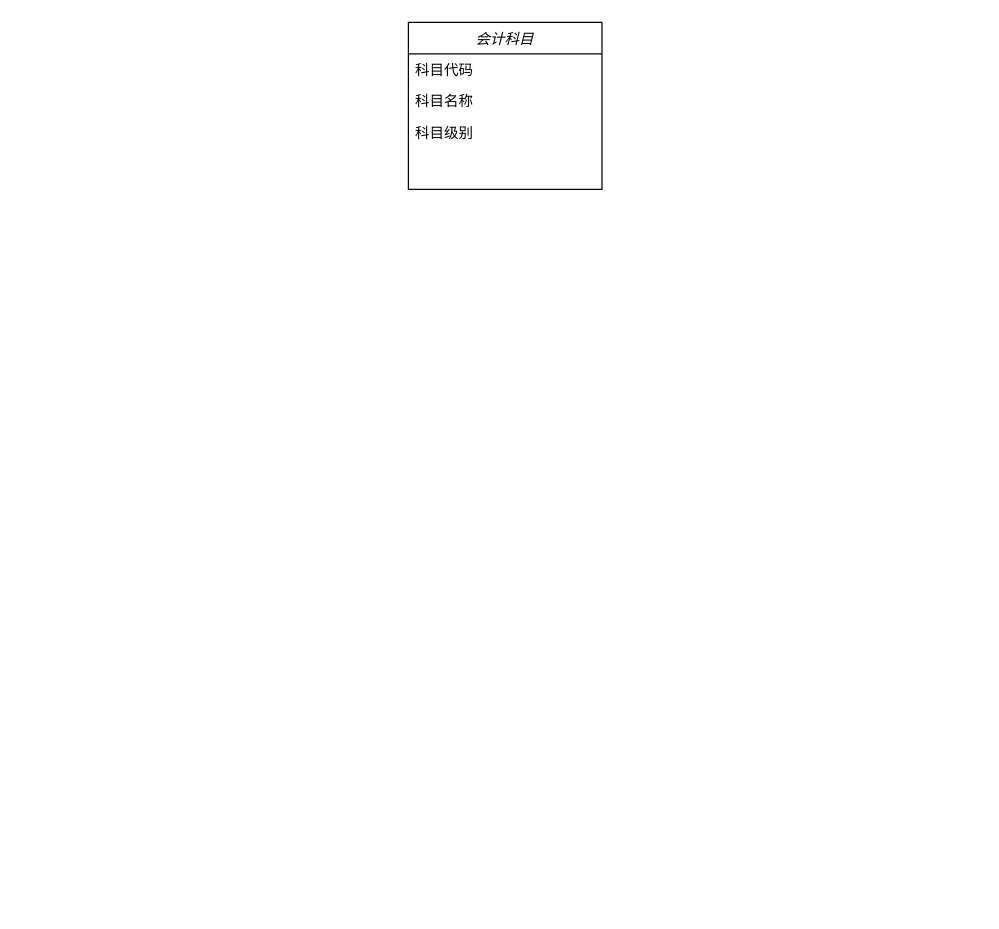
Earlier version of the draw.io diagram 账务/design drawio/Account Diagram.drawio (remind/doanything-docs). Source tidied: cells renumbered, new cells numbered last; positions are measured from the earlier drawing's top-left corner, leaving out a move shared by most shapes. Both pictures are drawn from the tidied source at 121%, with x=0, y=0 at pixel (408, 22).
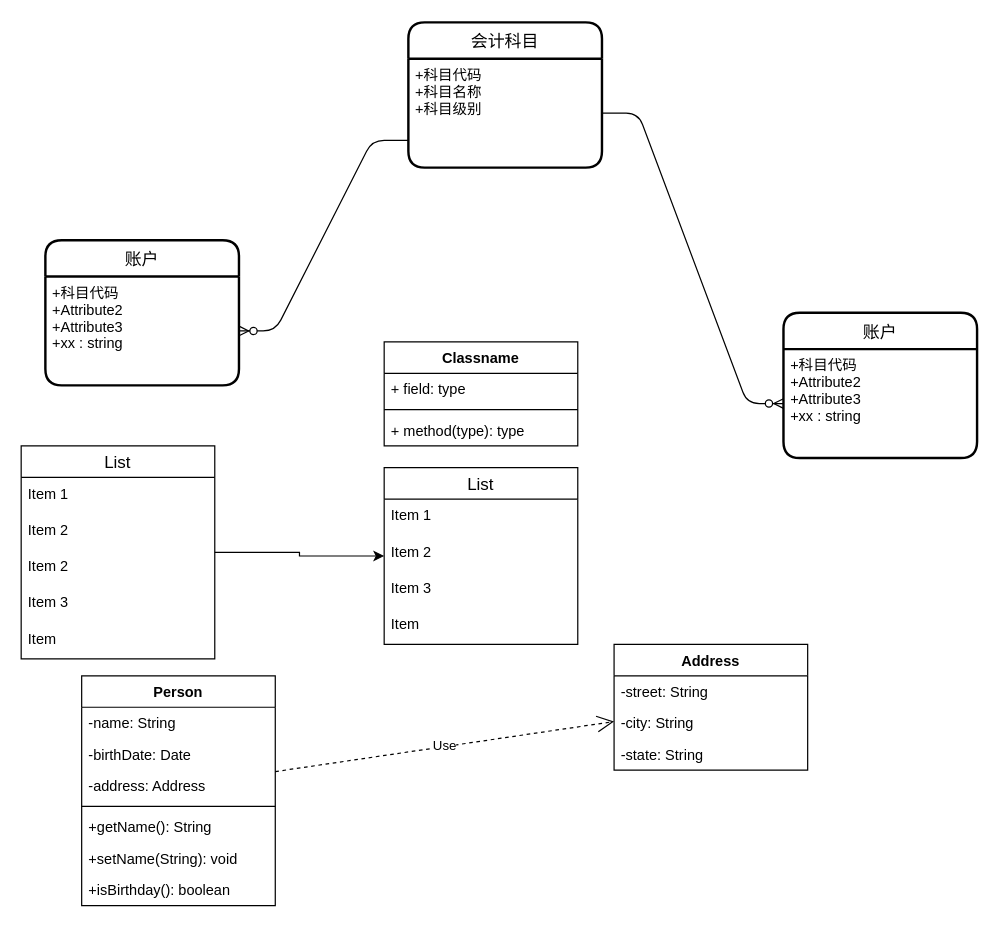
Above is the later version.

Diff of the diagram source:
```diff
@@
-    <mxCell id="2" value="会计科目" style="swimlane;fontStyle=2;align=center;verticalAlign=top;horizontal=1;startSize=26;rounded=0;shadow=0;strokeWidth=1;" parent="1" vertex="1">
-      <mxGeometry width="160" height="138" as="geometry" />
+    <mxCell id="2" value="会计科目" style="swimlane;horizontal=1;startSize=30;rounded=1;fontSize=14;fontStyle=0;strokeWidth=2;shadow=0;dashed=0;align=center;" parent="1" vertex="1">
+      <mxGeometry width="160" height="120" as="geometry" />
     </mxCell>
-    <mxCell id="3" value="科目代码" style="text;align=left;verticalAlign=top;spacingLeft=4;spacingRight=4;overflow=hidden;" parent="2" vertex="1">
-      <mxGeometry y="26" width="160" height="26" as="geometry" />
-    </mxCell>
-    <mxCell id="4" value="科目名称" style="text;align=left;verticalAlign=top;spacingLeft=4;spacingRight=4;overflow=hidden;rounded=0;shadow=0;html=0;" parent="2" vertex="1">
-      <mxGeometry y="52" width="160" height="26" as="geometry" />
-    </mxCell>
-    <mxCell id="5" value="科目级别" style="text;align=left;verticalAlign=top;spacingLeft=4;spacingRight=4;overflow=hidden;rounded=0;shadow=0;html=0;" parent="2" vertex="1">
-      <mxGeometry y="78" width="160" height="26" as="geometry" />
-    </mxCell>
+    <mxCell id="6" value="+科目代码&#10;+科目名称&#10;+科目级别" style="align=left;strokeColor=none;fillColor=none;spacingLeft=4;fontSize=12;verticalAlign=top;" parent="2" vertex="1">
+      <mxGeometry y="30" width="160" height="90" as="geometry" />
+    </mxCell>
+    <mxCell id="7" value="账户" style="swimlane;horizontal=1;startSize=30;rounded=1;fontSize=14;fontStyle=0;strokeWidth=2;shadow=0;dashed=0;align=center;" parent="1" vertex="1">
+      <mxGeometry x="310" y="240" width="160" height="120" as="geometry" />
+    </mxCell>
+    <mxCell id="8" value="+科目代码&#10;+Attribute2&#10;+Attribute3&#10;+xx : string" style="align=left;strokeColor=none;fillColor=none;spacingLeft=4;fontSize=12;verticalAlign=top;" parent="7" vertex="1">
+      <mxGeometry y="30" width="160" height="90" as="geometry" />
+    </mxCell>
+    <mxCell id="9" value="账户" style="swimlane;horizontal=1;startSize=30;rounded=1;fontSize=14;fontStyle=0;strokeWidth=2;shadow=0;dashed=0;align=center;" parent="1" vertex="1">
+      <mxGeometry x="-300" y="180" width="160" height="120" as="geometry" />
+    </mxCell>
+    <mxCell id="10" value="+科目代码&#10;+Attribute2&#10;+Attribute3&#10;+xx : string" style="align=left;strokeColor=none;fillColor=none;spacingLeft=4;fontSize=12;verticalAlign=top;" parent="9" vertex="1">
+      <mxGeometry y="30" width="160" height="90" as="geometry" />
+    </mxCell>
+    <mxCell id="11" style="edgeStyle=entityRelationEdgeStyle;fontSize=12;html=1;endArrow=ERzeroToMany;endFill=1;exitX=0;exitY=0.75;exitDx=0;exitDy=0;" parent="1" edge="1" source="6" target="10">
+      <mxGeometry relative="1" as="geometry" />
+    </mxCell>
+    <mxCell id="12" style="edgeStyle=entityRelationEdgeStyle;fontSize=12;html=1;endArrow=ERzeroToMany;endFill=1;" parent="1" edge="1" source="6" target="8">
+      <mxGeometry relative="1" as="geometry" />
+    </mxCell>
+    <mxCell id="13" value="Person" style="swimlane;fontStyle=1;horizontal=1;startSize=26;" parent="1" vertex="1">
+      <mxGeometry x="-270" y="540" width="160" height="190" as="geometry" />
+    </mxCell>
+    <mxCell id="14" value="-name: String" style="text;strokeColor=none;fillColor=none;align=left;verticalAlign=top;spacingLeft=4;spacingRight=4;overflow=hidden;" parent="13" vertex="1">
+      <mxGeometry y="26" width="160" height="26" as="geometry" />
+    </mxCell>
+    <mxCell id="15" value="-birthDate: Date" style="text;strokeColor=none;fillColor=none;align=left;verticalAlign=top;spacingLeft=4;spacingRight=4;overflow=hidden;" parent="13" vertex="1">
+      <mxGeometry y="52" width="160" height="26" as="geometry" />
+    </mxCell>
+    <mxCell id="16" value="-address: Address" style="text;strokeColor=none;fillColor=none;align=left;verticalAlign=top;spacingLeft=4;spacingRight=4;overflow=hidden;points=[[0,0.5],[1,0.5]];portConstraint=eastwest;" parent="13" vertex="1">
+      <mxGeometry y="78" width="160" height="26" as="geometry" />
+    </mxCell>
+    <mxCell id="17" style="line;strokeWidth=1;fillColor=none;align=left;verticalAlign=middle;spacingTop=-1;spacingLeft=3;spacingRight=3;labelPosition=right;" parent="13" vertex="1">
+      <mxGeometry y="104" width="160" height="8" as="geometry" />
+    </mxCell>
+    <mxCell id="18" value="+getName(): String" style="text;strokeColor=none;fillColor=none;align=left;verticalAlign=top;spacingLeft=4;spacingRight=4;overflow=hidden;" parent="13" vertex="1">
+      <mxGeometry y="112" width="160" height="26" as="geometry" />
+    </mxCell>
+    <mxCell id="19" value="+setName(String): void" style="text;strokeColor=none;fillColor=none;align=left;verticalAlign=top;spacingLeft=4;spacingRight=4;overflow=hidden;" parent="13" vertex="1">
+      <mxGeometry y="138" width="160" height="26" as="geometry" />
+    </mxCell>
+    <mxCell id="20" value="+isBirthday(): boolean" style="text;strokeColor=none;fillColor=none;align=left;verticalAlign=top;spacingLeft=4;spacingRight=4;overflow=hidden;" parent="13" vertex="1">
+      <mxGeometry y="164" width="160" height="26" as="geometry" />
+    </mxCell>
+    <mxCell id="21" value="Address" style="swimlane;fontStyle=1;horizontal=1;startSize=26;" parent="1" vertex="1">
+      <mxGeometry x="170" y="514" width="160" height="104" as="geometry" />
+    </mxCell>
+    <mxCell id="22" value="-street: String" style="text;strokeColor=none;fillColor=none;align=left;verticalAlign=top;spacingLeft=4;spacingRight=4;overflow=hidden;" parent="21" vertex="1">
+      <mxGeometry y="26" width="160" height="26" as="geometry" />
+    </mxCell>
+    <mxCell id="23" value="-city: String" style="text;strokeColor=none;fillColor=none;align=left;verticalAlign=top;spacingLeft=4;spacingRight=4;overflow=hidden;" parent="21" vertex="1">
+      <mxGeometry y="52" width="160" height="26" as="geometry" />
+    </mxCell>
+    <mxCell id="24" value="-state: String" style="text;strokeColor=none;fillColor=none;align=left;verticalAlign=top;spacingLeft=4;spacingRight=4;overflow=hidden;" parent="21" vertex="1">
+      <mxGeometry y="78" width="160" height="26" as="geometry" />
+    </mxCell>
+    <mxCell id="25" value="Use" style="endArrow=open;endSize=12;dashed=1;html=1;" parent="1" edge="1" source="16" target="21">
+      <mxGeometry relative="1" as="geometry" />
+    </mxCell>
+    <mxCell id="26" value="Classname" style="swimlane;fontStyle=1;align=center;verticalAlign=top;horizontal=1;startSize=26;" parent="1" vertex="1">
+      <mxGeometry x="-20" y="264" width="160" height="86" as="geometry" />
+    </mxCell>
+    <mxCell id="27" value="+ field: type" style="text;strokeColor=none;fillColor=none;align=left;verticalAlign=top;spacingLeft=4;spacingRight=4;overflow=hidden;" parent="26" vertex="1">
+      <mxGeometry y="26" width="160" height="26" as="geometry" />
+    </mxCell>
+    <mxCell id="28" style="line;strokeWidth=1;fillColor=none;align=left;verticalAlign=middle;spacingTop=-1;spacingLeft=3;spacingRight=3;labelPosition=right;" parent="26" vertex="1">
+      <mxGeometry y="52" width="160" height="8" as="geometry" />
+    </mxCell>
+    <mxCell id="29" value="+ method(type): type" style="text;strokeColor=none;fillColor=none;align=left;verticalAlign=top;spacingLeft=4;spacingRight=4;overflow=hidden;" parent="26" vertex="1">
+      <mxGeometry y="60" width="160" height="26" as="geometry" />
+    </mxCell>
+    <mxCell id="30" style="edgeStyle=orthogonalEdgeStyle;rounded=0;jettySize=auto;html=1;" parent="1" edge="1" source="31" target="37">
+      <mxGeometry relative="1" as="geometry" />
+    </mxCell>
+    <mxCell id="31" value="List" style="swimlane;fontStyle=0;horizontal=1;startSize=26;align=center;fontSize=14;" parent="1" vertex="1">
+      <mxGeometry x="-320" y="350" width="160" height="176" as="geometry" />
+    </mxCell>
+    <mxCell id="32" value="Item 1" style="text;strokeColor=none;fillColor=none;spacingLeft=4;spacingRight=4;overflow=hidden;fontSize=12;" parent="31" vertex="1">
+      <mxGeometry y="26" width="160" height="30" as="geometry" />
+    </mxCell>
+    <mxCell id="33" value="Item 2" style="text;strokeColor=none;fillColor=none;spacingLeft=4;spacingRight=4;overflow=hidden;fontSize=12;" parent="31" vertex="1">
+      <mxGeometry y="56" width="160" height="30" as="geometry" />
+    </mxCell>
+    <mxCell id="34" value="Item 2" style="text;strokeColor=none;fillColor=none;spacingLeft=4;spacingRight=4;overflow=hidden;fontSize=12;" parent="31" vertex="1">
+      <mxGeometry y="86" width="160" height="30" as="geometry" />
+    </mxCell>
+    <mxCell id="35" value="Item 3" style="text;strokeColor=none;fillColor=none;spacingLeft=4;spacingRight=4;overflow=hidden;fontSize=12;" parent="31" vertex="1">
+      <mxGeometry y="116" width="160" height="30" as="geometry" />
+    </mxCell>
+    <mxCell id="36" value="Item" style="text;strokeColor=none;fillColor=none;spacingLeft=4;spacingRight=4;overflow=hidden;fontSize=12;" parent="31" vertex="1">
+      <mxGeometry y="146" width="160" height="30" as="geometry" />
+    </mxCell>
+    <mxCell id="37" value="List" style="swimlane;fontStyle=0;horizontal=1;startSize=26;align=center;fontSize=14;" parent="1" vertex="1">
+      <mxGeometry x="-20" y="368" width="160" height="146" as="geometry" />
+    </mxCell>
+    <mxCell id="38" value="Item 1" style="text;strokeColor=none;fillColor=none;spacingLeft=4;spacingRight=4;overflow=hidden;fontSize=12;" parent="37" vertex="1">
+      <mxGeometry y="26" width="160" height="30" as="geometry" />
+    </mxCell>
+    <mxCell id="39" value="Item 2" style="text;strokeColor=none;fillColor=none;spacingLeft=4;spacingRight=4;overflow=hidden;fontSize=12;" parent="37" vertex="1">
+      <mxGeometry y="56" width="160" height="30" as="geometry" />
+    </mxCell>
+    <mxCell id="40" value="Item 3" style="text;strokeColor=none;fillColor=none;spacingLeft=4;spacingRight=4;overflow=hidden;fontSize=12;" parent="37" vertex="1">
+      <mxGeometry y="86" width="160" height="30" as="geometry" />
+    </mxCell>
+    <mxCell id="41" value="Item" style="text;strokeColor=none;fillColor=none;spacingLeft=4;spacingRight=4;overflow=hidden;fontSize=12;" parent="37" vertex="1">
+      <mxGeometry y="116" width="160" height="30" as="geometry" />
+    </mxCell>
```
